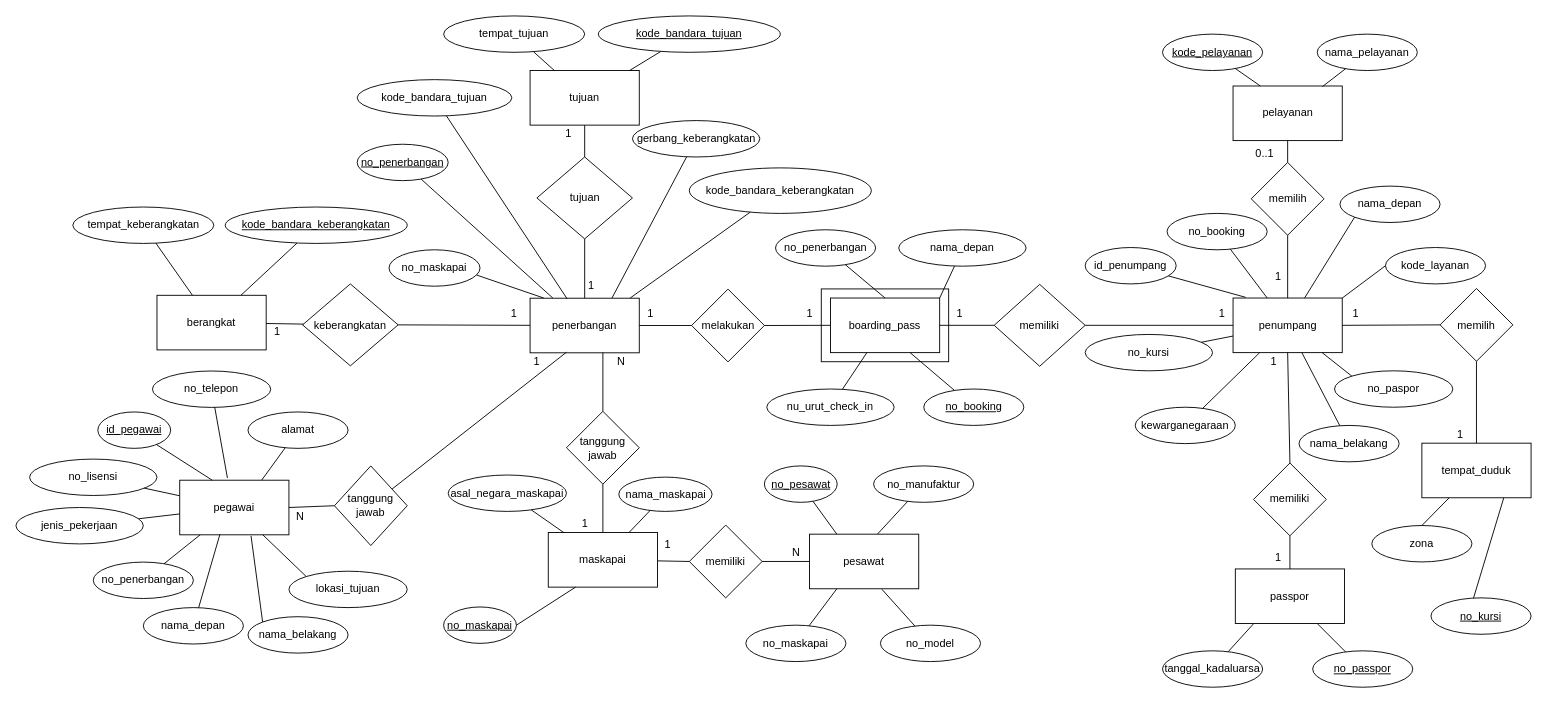
Above: page "Fixed ER Diagram" (1 of 5) of ER Diagram/ADD.drawio in Edwin-Jaya/Data-Design-Analytics-Project (draw.io), before the change. Source tidied: cells renumbered, new cells numbered last; positions are measured from the earlier drawing's top-left corner, leaving out a move shared by most shapes. Both pictures are drawn from the tidied source at 91%, with x=0, y=0 at pixel (15, 15).
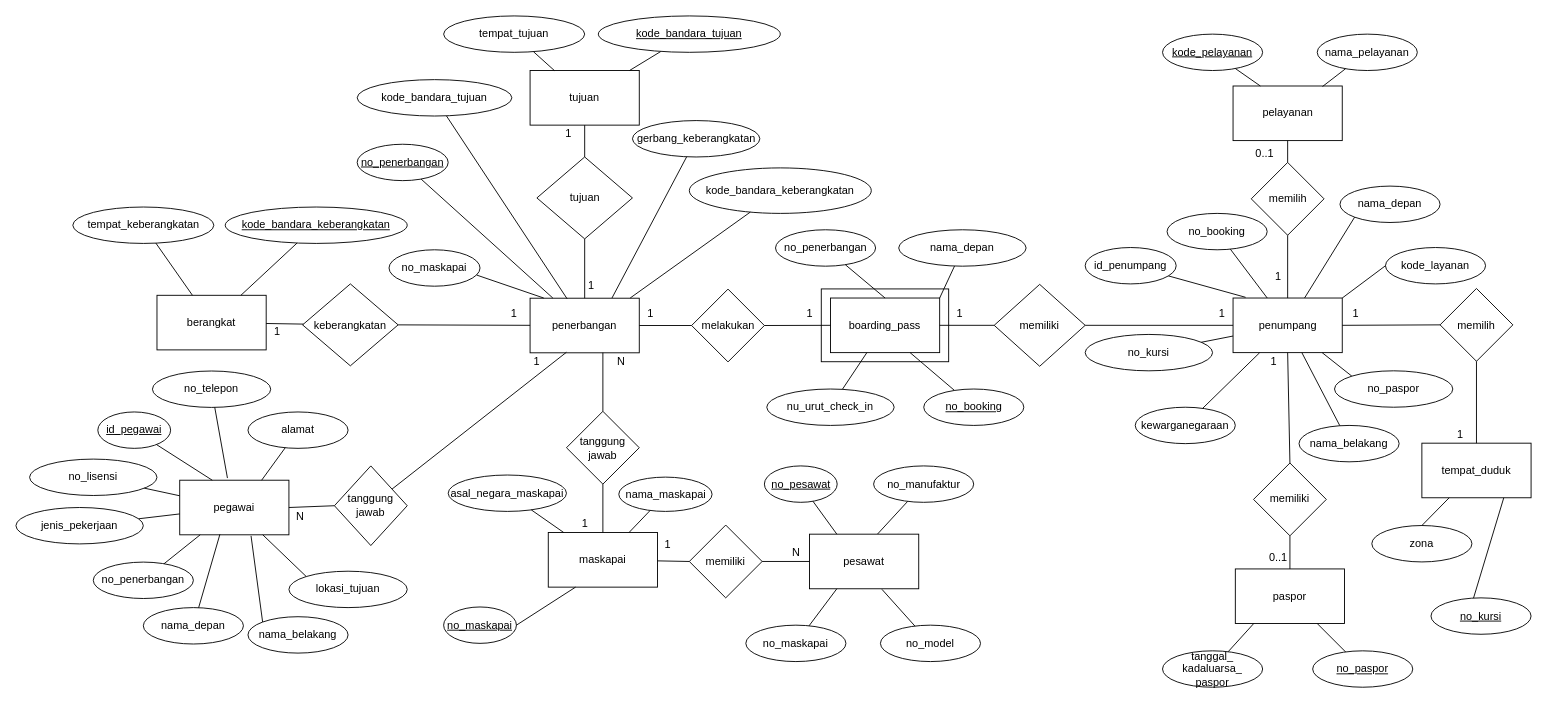
Above is the later version.

Diff of the diagram source:
```diff
@@
-    <mxCell id="119" value="passpor" style="rounded=0;whiteSpace=wrap;html=1;" parent="1" vertex="1">
+    <mxCell id="119" value="paspor" style="rounded=0;whiteSpace=wrap;html=1;" parent="1" vertex="1">
       <mxGeometry x="1340" y="607.7" width="120" height="60" as="geometry" />
     </mxCell>
-    <mxCell id="120" value="&lt;u&gt;no_passpor&lt;/u&gt;" style="ellipse;whiteSpace=wrap;html=1;" parent="1" vertex="1">
+    <mxCell id="120" value="&lt;u&gt;no_paspor&lt;/u&gt;" style="ellipse;whiteSpace=wrap;html=1;" parent="1" vertex="1">
       <mxGeometry x="1425" y="697.7" width="110" height="40" as="geometry" />
     </mxCell>
-    <mxCell id="121" value="tanggal_kadaluarsa" style="ellipse;whiteSpace=wrap;html=1;" parent="1" vertex="1">
+    <mxCell id="121" value="tanggal_&lt;br&gt;kadaluarsa_&lt;br&gt;paspor" style="ellipse;whiteSpace=wrap;html=1;" parent="1" vertex="1">
       <mxGeometry x="1260" y="697.7" width="110" height="40" as="geometry" />
     </mxCell>
@@
-    <mxCell id="141" value="1" style="text;html=1;strokeColor=none;fillColor=none;align=center;verticalAlign=middle;whiteSpace=wrap;rounded=0;" parent="1" vertex="1">
+    <mxCell id="141" value="0..1" style="text;html=1;strokeColor=none;fillColor=none;align=center;verticalAlign=middle;whiteSpace=wrap;rounded=0;" parent="1" vertex="1">
       <mxGeometry x="1375" y="584.5" width="25" height="20" as="geometry" />
     </mxCell>
```
